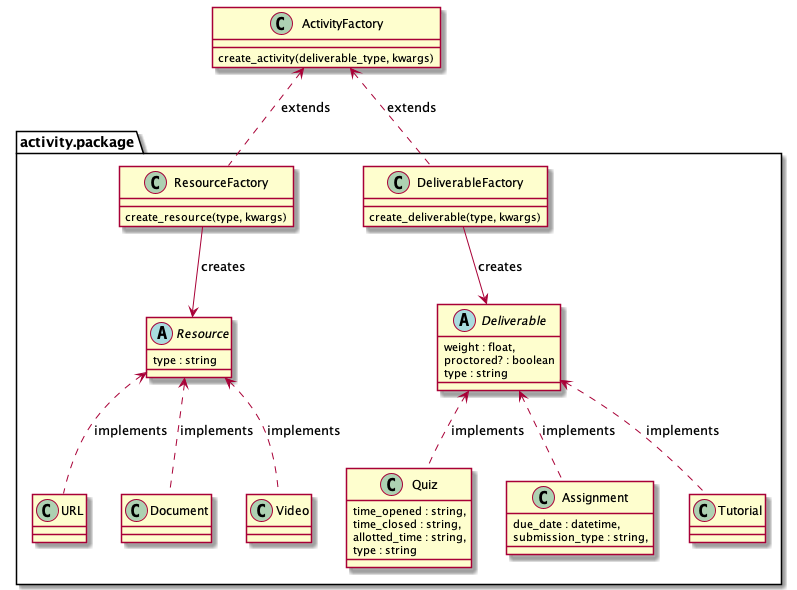
The PlantUML diagram docs/abstract_factory_diagram.png in will-r-wang/CMSLearn-Course-Management-System, before a commit. The source it was exported from:
```plantuml
@startuml
package activity.package {
  class ResourceFactory {
    create_resource(type, kwargs)
  }

  class DeliverableFactory {
    create_deliverable(type, kwargs)
  }

  abstract class Resource {
    type : string
  }

  ResourceFactory --> Resource: creates
  DeliverableFactory --> Deliverable: creates

  Resource <.. URL : "implements"
  Resource <.. Document : "implements"
  Resource <.. Video : "implements"

  abstract class Deliverable {
    weight : float,
    proctored? : boolean
    type : string
  }

  class Quiz {
    time_opened : string,
    time_closed : string,
    allotted_time : string,
    type : string
  }

  class Assignment {
    due_date : datetime,
    submission_type : string,
  }

  Deliverable <.. Tutorial : "implements"
  Deliverable <.. Quiz : "implements"
  Deliverable <.. Assignment : "implements"
}

class ActivityFactory {
  create_activity(deliverable_type, kwargs)
}

ActivityFactory <.. ResourceFactory : extends
ActivityFactory <.. DeliverableFactory : extends

@enduml
```
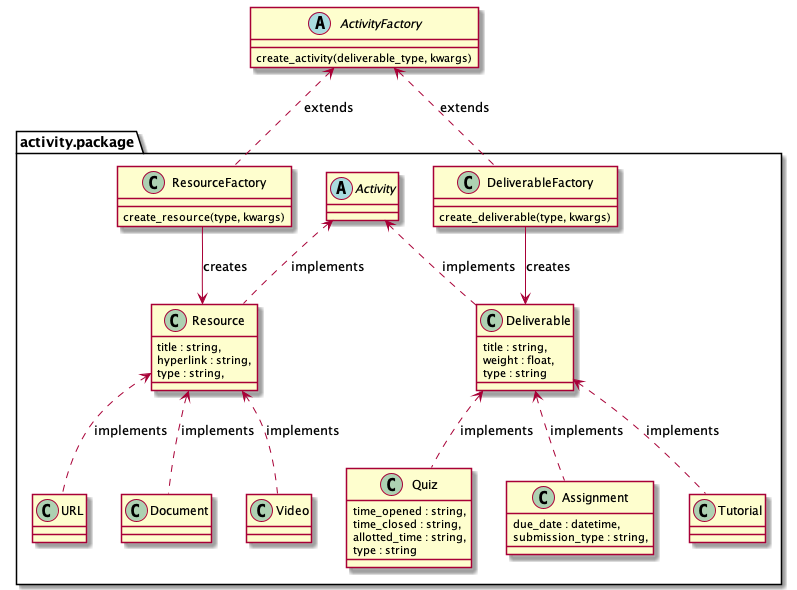
Above is the later version.

Commit message:
[Design Pattern]: Prepare Abstract Factory Pattern

The edit, as a diff of the source:
```diff
@@ -8,20 +8,25 @@
     create_deliverable(type, kwargs)
   }
 
-  abstract class Resource {
-    type : string
+  class Resource {
+    title : string,
+    hyperlink : string,
+    type : string,
   }
 
+  abstract Activity
   ResourceFactory --> Resource: creates
   DeliverableFactory --> Deliverable: creates
+  Activity <.. Resource : "implements"
+  Activity <.. Deliverable : "implements"
 
   Resource <.. URL : "implements"
   Resource <.. Document : "implements"
   Resource <.. Video : "implements"
 
-  abstract class Deliverable {
+  class Deliverable {
+    title : string,
     weight : float,
-    proctored? : boolean
     type : string
   }
 
@@ -42,7 +47,7 @@
   Deliverable <.. Assignment : "implements"
 }
 
-class ActivityFactory {
+abstract class ActivityFactory {
   create_activity(deliverable_type, kwargs)
 }
 
```
